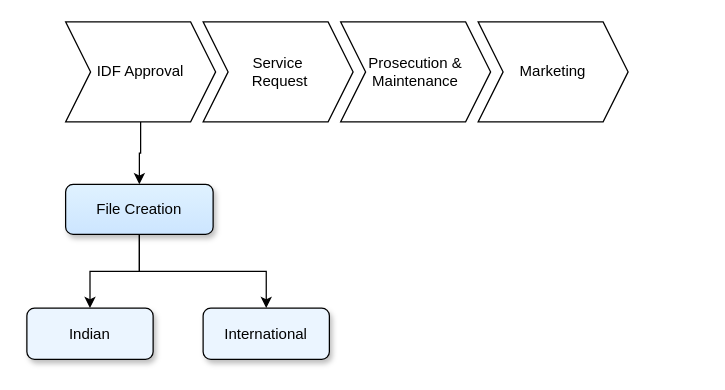
Before: modseq.drawio in shpriya-bits/github-upload, a draw.io diagram. Source tidied: cells renumbered, new cells numbered last; positions are measured from the earlier drawing's top-left corner, leaving out a move shared by most shapes. Both pictures are drawn from the tidied source at 125%, with x=0, y=0 at pixel (26, 21).
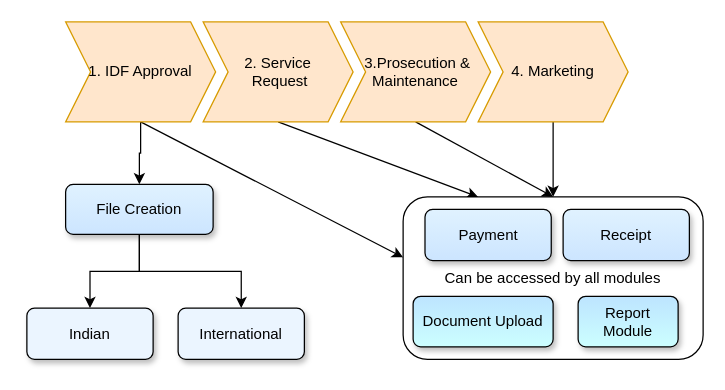
The same page after the edit.

Change to the diagram source:
```diff
@@
+    <mxCell id="12" style="rounded=0;jettySize=auto;html=1;exitX=0.5;exitY=1;exitDx=0;exitDy=0;" parent="1" edge="1" source="3">
+      <mxGeometry relative="1" as="geometry">
+        <mxPoint x="301" y="188.4" as="targetPoint" />
+      </mxGeometry>
+    </mxCell>
-    <mxCell id="3" value="IDF Approval" style="shape=step;perimeter=stepPerimeter;whiteSpace=wrap;html=1;fixedSize=1;" parent="1" vertex="1">
+    <mxCell id="3" value="1. IDF Approval" style="shape=step;perimeter=stepPerimeter;whiteSpace=wrap;html=1;fixedSize=1;fillColor=#ffe6cc;strokeColor=#d79b00;" parent="1" vertex="1">
       <mxGeometry x="31" width="120" height="80" as="geometry" />
     </mxCell>
+    <mxCell id="13" style="edgeStyle=none;rounded=0;jettySize=auto;html=1;exitX=0.5;exitY=1;exitDx=0;exitDy=0;entryX=0.25;entryY=0;entryDx=0;entryDy=0;" parent="1" edge="1" source="4" target="16">
+      <mxGeometry relative="1" as="geometry" />
+    </mxCell>
-    <mxCell id="4" value="Service&lt;br&gt;&amp;nbsp;Request" style="shape=step;perimeter=stepPerimeter;whiteSpace=wrap;html=1;fixedSize=1;" parent="1" vertex="1">
+    <mxCell id="4" value="2. Service&lt;br&gt;&amp;nbsp;Request" style="shape=step;perimeter=stepPerimeter;whiteSpace=wrap;html=1;fixedSize=1;fillColor=#ffe6cc;strokeColor=#d79b00;" parent="1" vertex="1">
       <mxGeometry x="141" width="120" height="80" as="geometry" />
     </mxCell>
+    <mxCell id="14" style="edgeStyle=none;rounded=0;jettySize=auto;html=1;entryX=0.5;entryY=0;entryDx=0;entryDy=0;exitX=0.5;exitY=1;exitDx=0;exitDy=0;" parent="1" edge="1" source="5" target="16">
+      <mxGeometry relative="1" as="geometry" />
+    </mxCell>
-    <mxCell id="5" value="Prosecution &amp;amp;&lt;br&gt;Maintenance" style="shape=step;perimeter=stepPerimeter;whiteSpace=wrap;html=1;fixedSize=1;" parent="1" vertex="1">
+    <mxCell id="5" value="&amp;nbsp;3.Prosecution &amp;amp;&lt;br&gt;Maintenance" style="shape=step;perimeter=stepPerimeter;whiteSpace=wrap;html=1;fixedSize=1;fillColor=#ffe6cc;strokeColor=#d79b00;" parent="1" vertex="1">
       <mxGeometry x="251" width="120" height="80" as="geometry" />
     </mxCell>
+    <mxCell id="15" style="edgeStyle=none;rounded=0;jettySize=auto;html=1;entryX=0.5;entryY=0;entryDx=0;entryDy=0;" parent="1" edge="1" source="6" target="16">
+      <mxGeometry relative="1" as="geometry" />
+    </mxCell>
-    <mxCell id="6" value="Marketing" style="shape=step;perimeter=stepPerimeter;whiteSpace=wrap;html=1;fixedSize=1;" parent="1" vertex="1">
+    <mxCell id="6" value="4. Marketing" style="shape=step;perimeter=stepPerimeter;whiteSpace=wrap;html=1;fixedSize=1;fillColor=#ffe6cc;strokeColor=#d79b00;" parent="1" vertex="1">
       <mxGeometry x="361" width="120" height="80" as="geometry" />
     </mxCell>
@@
     <mxCell id="8" value="International" style="rounded=1;whiteSpace=wrap;html=1;gradientColor=none;fillColor=#EBF5FF;shadow=1;" parent="1" vertex="1">
-      <mxGeometry x="141" y="229" width="101" height="41" as="geometry" />
+      <mxGeometry x="121" y="229" width="101" height="41" as="geometry" />
     </mxCell>
@@
+    <mxCell id="16" value="Can be accessed by all modules" style="rounded=1;whiteSpace=wrap;html=1;" parent="1" vertex="1">
+      <mxGeometry x="301" y="140" width="240" height="130" as="geometry" />
+    </mxCell>
+    <mxCell id="17" value="Payment" style="rounded=1;whiteSpace=wrap;html=1;fillColor=#E0F2FF;shadow=1;gradientColor=#CCE5FF;" parent="1" vertex="1">
+      <mxGeometry x="318.5" y="150" width="101" height="41" as="geometry" />
+    </mxCell>
+    <mxCell id="18" value="Receipt" style="rounded=1;whiteSpace=wrap;html=1;fillColor=#E0F2FF;shadow=1;gradientColor=#CCE5FF;" parent="1" vertex="1">
+      <mxGeometry x="429" y="150" width="101" height="41" as="geometry" />
+    </mxCell>
+    <mxCell id="19" value="Document Upload" style="rounded=1;whiteSpace=wrap;html=1;fillColor=#BDE4FF;gradientColor=#CCFFFF;shadow=1;" parent="1" vertex="1">
+      <mxGeometry x="309" y="219.5" width="112" height="40.5" as="geometry" />
+    </mxCell>
+    <mxCell id="20" value="Report Module" style="rounded=1;whiteSpace=wrap;html=1;fillColor=#BDE4FF;gradientColor=#CCFFFF;shadow=1;" parent="1" vertex="1">
+      <mxGeometry x="441" y="219.5" width="80" height="40.5" as="geometry" />
+    </mxCell>
```
